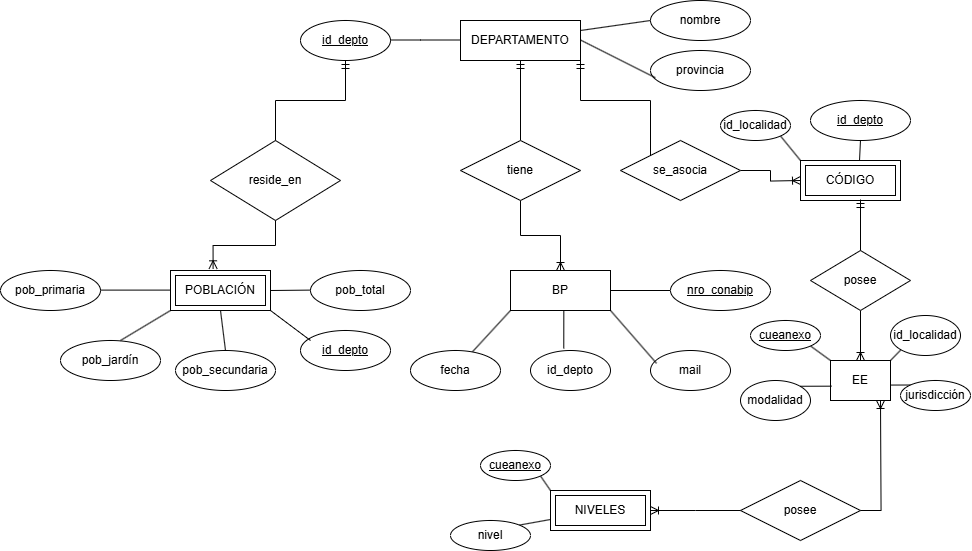
Earlier version of the draw.io export DER-TP.drawio.png (alessialima/TP-LABO-DE-DATOS-). Source tidied: cells renumbered, new cells last; positions are measured from the earlier drawing's top-left corner, leaving out a move shared by most shapes.
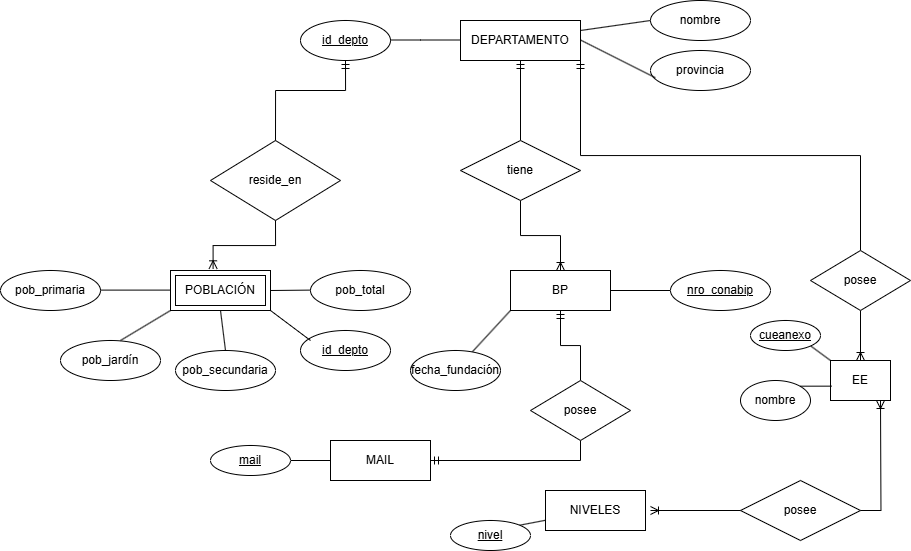
The same diagram one commit later.

Diff of the diagram source:
```diff
@@ -5,7 +5,7 @@
     <mxCell id="2" value="provincia" style="ellipse;whiteSpace=wrap;html=1;align=center;" parent="1" vertex="1">
       <mxGeometry x="650" y="50" width="100" height="40" as="geometry" />
     </mxCell>
-    <mxCell id="3" style="edgeStyle=orthogonalEdgeStyle;rounded=0;jettySize=auto;html=1;exitX=1;exitY=1;exitDx=0;exitDy=0;entryX=0;entryY=0;entryDx=0;entryDy=0;endArrow=none;startFill=0;startArrow=ERmandOne;" parent="1" edge="1" source="4" target="37">
+    <mxCell id="3" style="edgeStyle=orthogonalEdgeStyle;rounded=0;jettySize=auto;html=1;exitX=1;exitY=1;exitDx=0;exitDy=0;entryX=0.5;entryY=0;entryDx=0;entryDy=0;endArrow=none;startFill=0;startArrow=ERmandOne;" parent="1" edge="1" source="4" target="44">
       <mxGeometry relative="1" as="geometry" />
     </mxCell>
     <mxCell id="4" value="DEPARTAMENTO" style="whiteSpace=wrap;html=1;align=center;" parent="1" vertex="1">
@@ -90,7 +90,12 @@
       </mxGeometry>
     </mxCell>
     <mxCell id="22" style="endArrow=ERmandOne;html=1;rounded=0;edgeStyle=orthogonalEdgeStyle;exitX=0.5;exitY=0;exitDx=0;exitDy=0;endFill=0;" parent="1" edge="1" source="10" target="5">
-      <mxGeometry relative="1" as="geometry" />
+      <mxGeometry relative="1" as="geometry">
+        <Array as="points">
+          <mxPoint x="275" y="90" />
+          <mxPoint x="345" y="90" />
+        </Array>
+      </mxGeometry>
     </mxCell>
     <mxCell id="23" style="edgeStyle=orthogonalEdgeStyle;rounded=0;jettySize=auto;html=1;exitX=0.5;exitY=1;exitDx=0;exitDy=0;entryX=0.426;entryY=-0.042;entryDx=0;entryDy=0;entryPerimeter=0;endArrow=ERoneToMany;startFill=0;startArrow=none;endFill=0;strokeWidth=1;endSize=6;" parent="1" edge="1" source="10" target="11">
       <mxGeometry relative="1" as="geometry" />
@@ -116,46 +121,9 @@
     <mxCell id="30" value="nro_conabip" style="ellipse;whiteSpace=wrap;html=1;align=center;fontStyle=4;" parent="1" vertex="1">
       <mxGeometry x="670" y="270" width="100" height="40" as="geometry" />
     </mxCell>
-    <mxCell id="31" value="id_depto" style="ellipse;whiteSpace=wrap;html=1;align=center;" parent="1" vertex="1">
-      <mxGeometry x="530" y="350" width="80" height="40" as="geometry" />
-    </mxCell>
-    <mxCell id="32" value="fecha" style="ellipse;whiteSpace=wrap;html=1;align=center;" parent="1" vertex="1">
+    <mxCell id="32" value="fecha_fundación" style="ellipse;whiteSpace=wrap;html=1;align=center;" parent="1" vertex="1">
       <mxGeometry x="410" y="350" width="90" height="40" as="geometry" />
     </mxCell>
-    <mxCell id="33" value="mail" style="ellipse;whiteSpace=wrap;html=1;align=center;" parent="1" vertex="1">
-      <mxGeometry x="650" y="350" width="80" height="40" as="geometry" />
-    </mxCell>
-    <mxCell id="34" style="rounded=0;jettySize=auto;html=1;exitX=1;exitY=1;exitDx=0;exitDy=0;entryX=0.076;entryY=0.322;entryDx=0;entryDy=0;entryPerimeter=0;endArrow=none;startFill=0;" parent="1" edge="1" source="28" target="33">
-      <mxGeometry relative="1" as="geometry" />
-    </mxCell>
-    <mxCell id="35" style="edgeStyle=orthogonalEdgeStyle;rounded=0;jettySize=auto;html=1;exitX=0.5;exitY=1;exitDx=0;exitDy=0;entryX=0.416;entryY=-0.052;entryDx=0;entryDy=0;entryPerimeter=0;endArrow=none;startFill=0;" parent="1" edge="1" source="28" target="31">
-      <mxGeometry relative="1" as="geometry" />
-    </mxCell>
-    <mxCell id="36" style="edgeStyle=orthogonalEdgeStyle;rounded=0;jettySize=auto;html=1;exitX=1;exitY=0.5;exitDx=0;exitDy=0;entryX=0;entryY=0.5;entryDx=0;entryDy=0;endArrow=ERoneToMany;endFill=0;" parent="1" edge="1" source="37">
-      <mxGeometry relative="1" as="geometry">
-        <mxPoint x="800" y="180" as="targetPoint" />
-      </mxGeometry>
-    </mxCell>
-    <mxCell id="37" value="se_asocia" style="shape=rhombus;perimeter=rhombusPerimeter;whiteSpace=wrap;html=1;align=center;" parent="1" vertex="1">
-      <mxGeometry x="620" y="140" width="120" height="60" as="geometry" />
-    </mxCell>
-    <mxCell id="38" value="CÓDIGO" style="shape=ext;margin=3;double=1;whiteSpace=wrap;html=1;align=center;" parent="1" vertex="1">
-      <mxGeometry x="800" y="160" width="100" height="40" as="geometry" />
-    </mxCell>
-    <mxCell id="39" value="id_depto" style="ellipse;whiteSpace=wrap;html=1;align=center;fontStyle=4;" parent="1" vertex="1">
-      <mxGeometry x="810" y="100" width="100" height="40" as="geometry" />
-    </mxCell>
-    <mxCell id="40" style="edgeStyle=orthogonalEdgeStyle;rounded=0;jettySize=auto;html=1;exitX=0.5;exitY=1;exitDx=0;exitDy=0;endArrow=none;startFill=0;" parent="1" edge="1" source="39">
-      <mxGeometry relative="1" as="geometry">
-        <mxPoint x="859" y="160" as="targetPoint" />
-      </mxGeometry>
-    </mxCell>
-    <mxCell id="41" style="rounded=0;jettySize=auto;html=1;exitX=1;exitY=1;exitDx=0;exitDy=0;entryX=0;entryY=0;entryDx=0;entryDy=0;endArrow=none;startFill=0;" parent="1" edge="1" source="42" target="38">
-      <mxGeometry relative="1" as="geometry" />
-    </mxCell>
-    <mxCell id="42" value="id_localidad" style="ellipse;whiteSpace=wrap;html=1;align=center;" parent="1" vertex="1">
-      <mxGeometry x="720" y="110" width="70" height="30" as="geometry" />
-    </mxCell>
     <mxCell id="43" style="edgeStyle=orthogonalEdgeStyle;rounded=0;jettySize=auto;html=1;exitX=0.5;exitY=1;exitDx=0;exitDy=0;entryX=0.5;entryY=0;entryDx=0;entryDy=0;endArrow=ERoneToMany;endFill=0;" parent="1" edge="1" source="44" target="45">
       <mxGeometry relative="1" as="geometry" />
     </mxCell>
@@ -165,65 +133,60 @@
     <mxCell id="45" value="EE" style="whiteSpace=wrap;html=1;align=center;" parent="1" vertex="1">
       <mxGeometry x="830" y="360" width="60" height="40" as="geometry" />
     </mxCell>
-    <mxCell id="46" style="edgeStyle=orthogonalEdgeStyle;rounded=0;jettySize=auto;html=1;exitX=0.5;exitY=0;exitDx=0;exitDy=0;endArrow=ERmandOne;endFill=0;" parent="1" edge="1" source="44">
-      <mxGeometry relative="1" as="geometry">
-        <mxPoint x="860" y="199" as="targetPoint" />
-        <Array as="points">
-          <mxPoint x="860" y="199" />
-        </Array>
-      </mxGeometry>
-    </mxCell>
     <mxCell id="47" style="rounded=0;jettySize=auto;html=1;exitX=1;exitY=1;exitDx=0;exitDy=0;entryX=0;entryY=0;entryDx=0;entryDy=0;endArrow=none;startFill=0;" parent="1" edge="1" source="48" target="45">
       <mxGeometry relative="1" as="geometry" />
     </mxCell>
     <mxCell id="48" value="cueanexo" style="ellipse;whiteSpace=wrap;html=1;align=center;fontStyle=4;" parent="1" vertex="1">
       <mxGeometry x="750" y="320" width="70" height="30" as="geometry" />
     </mxCell>
-    <mxCell id="49" value="modalidad" style="ellipse;whiteSpace=wrap;html=1;align=center;" parent="1" vertex="1">
+    <mxCell id="49" value="nombre" style="ellipse;whiteSpace=wrap;html=1;align=center;" parent="1" vertex="1">
       <mxGeometry x="740" y="380" width="70" height="40" as="geometry" />
     </mxCell>
-    <mxCell id="50" style="edgeStyle=orthogonalEdgeStyle;rounded=0;jettySize=auto;html=1;exitX=0;exitY=0;exitDx=0;exitDy=0;entryX=1;entryY=0.5;entryDx=0;entryDy=0;endArrow=none;startFill=0;" parent="1" edge="1" source="51" target="45">
-      <mxGeometry relative="1" as="geometry" />
-    </mxCell>
-    <mxCell id="51" value="jurisdicción" style="ellipse;whiteSpace=wrap;html=1;align=center;" parent="1" vertex="1">
-      <mxGeometry x="900" y="380" width="70" height="30" as="geometry" />
-    </mxCell>
-    <mxCell id="52" style="rounded=0;jettySize=auto;html=1;exitX=0;exitY=1;exitDx=0;exitDy=0;entryX=1;entryY=0;entryDx=0;entryDy=0;endArrow=none;startFill=0;" parent="1" edge="1" source="53" target="45">
-      <mxGeometry relative="1" as="geometry" />
-    </mxCell>
-    <mxCell id="53" value="id_localidad" style="ellipse;whiteSpace=wrap;html=1;align=center;" parent="1" vertex="1">
-      <mxGeometry x="890" y="315" width="70" height="40" as="geometry" />
-    </mxCell>
     <mxCell id="54" style="edgeStyle=orthogonalEdgeStyle;rounded=0;jettySize=auto;html=1;exitX=1;exitY=0;exitDx=0;exitDy=0;entryX=0.017;entryY=0.632;entryDx=0;entryDy=0;entryPerimeter=0;endArrow=none;startFill=0;" parent="1" edge="1" source="49" target="45">
       <mxGeometry relative="1" as="geometry" />
     </mxCell>
     <mxCell id="55" value="posee" style="shape=rhombus;perimeter=rhombusPerimeter;whiteSpace=wrap;html=1;align=center;" parent="1" vertex="1">
       <mxGeometry x="740" y="480" width="120" height="60" as="geometry" />
     </mxCell>
-    <mxCell id="56" style="edgeStyle=orthogonalEdgeStyle;rounded=0;jettySize=auto;html=1;exitX=1;exitY=0.5;exitDx=0;exitDy=0;endArrow=none;startFill=0;startArrow=ERoneToMany;" parent="1" edge="1" source="57">
+    <mxCell id="56" style="edgeStyle=orthogonalEdgeStyle;rounded=0;orthogonalLoop=1;jettySize=auto;html=1;exitX=1;exitY=0.5;exitDx=0;exitDy=0;endArrow=none;startFill=0;startArrow=ERoneToMany;" parent="1" edge="1">
       <mxGeometry relative="1" as="geometry">
+        <mxPoint x="650" y="510" as="sourcePoint" />
         <mxPoint x="740" y="510" as="targetPoint" />
       </mxGeometry>
     </mxCell>
-    <mxCell id="57" value="NIVELES" style="shape=ext;margin=3;double=1;whiteSpace=wrap;html=1;align=center;" parent="1" vertex="1">
-      <mxGeometry x="550" y="490" width="100" height="40" as="geometry" />
-    </mxCell>
     <mxCell id="58" style="edgeStyle=orthogonalEdgeStyle;rounded=0;jettySize=auto;html=1;exitX=1;exitY=0.5;exitDx=0;exitDy=0;endArrow=ERoneToMany;endFill=0;" parent="1" edge="1" source="55">
       <mxGeometry relative="1" as="geometry">
         <mxPoint x="880" y="400" as="targetPoint" />
       </mxGeometry>
     </mxCell>
-    <mxCell id="59" style="rounded=0;jettySize=auto;html=1;exitX=1;exitY=1;exitDx=0;exitDy=0;entryX=0;entryY=0;entryDx=0;entryDy=0;endArrow=none;startFill=0;" parent="1" edge="1" source="60" target="57">
-      <mxGeometry relative="1" as="geometry" />
-    </mxCell>
-    <mxCell id="60" value="cueanexo" style="ellipse;whiteSpace=wrap;html=1;align=center;fontStyle=4;" parent="1" vertex="1">
-      <mxGeometry x="480" y="450" width="70" height="30" as="geometry" />
-    </mxCell>
-    <mxCell id="61" style="rounded=0;jettySize=auto;html=1;exitX=1;exitY=0;exitDx=0;exitDy=0;endArrow=none;startFill=0;" parent="1" edge="1" source="62" target="57">
-      <mxGeometry relative="1" as="geometry" />
+    <mxCell id="61" style="rounded=0;jettySize=auto;html=1;exitX=1;exitY=0;exitDx=0;exitDy=0;endArrow=none;startFill=0;" parent="1" edge="1" source="62">
+      <mxGeometry relative="1" as="geometry">
+        <mxPoint x="550" y="518.8" as="targetPoint" />
+      </mxGeometry>
     </mxCell>
-    <mxCell id="62" value="nivel" style="ellipse;whiteSpace=wrap;html=1;align=center;" parent="1" vertex="1">
+    <mxCell id="62" value="&lt;u&gt;nivel&lt;/u&gt;" style="ellipse;whiteSpace=wrap;html=1;align=center;" parent="1" vertex="1">
       <mxGeometry x="450" y="520" width="80" height="30" as="geometry" />
     </mxCell>
+    <mxCell id="57" value="NIVELES" style="whiteSpace=wrap;html=1;align=center;" parent="1" vertex="1">
+      <mxGeometry x="545" y="490" width="100" height="40" as="geometry" />
+    </mxCell>
+    <mxCell id="63" style="edgeStyle=orthogonalEdgeStyle;rounded=0;jettySize=auto;html=1;exitX=0.5;exitY=0;exitDx=0;exitDy=0;endArrow=ERmandOne;endFill=0;" parent="1" edge="1" source="65" target="28">
+      <mxGeometry relative="1" as="geometry" />
+    </mxCell>
+    <mxCell id="64" style="edgeStyle=orthogonalEdgeStyle;rounded=0;jettySize=auto;html=1;exitX=0.5;exitY=1;exitDx=0;exitDy=0;endArrow=ERmandOne;endFill=0;" parent="1" edge="1" source="65" target="66">
+      <mxGeometry relative="1" as="geometry" />
+    </mxCell>
+    <mxCell id="65" value="posee" style="shape=rhombus;perimeter=rhombusPerimeter;whiteSpace=wrap;html=1;align=center;" parent="1" vertex="1">
+      <mxGeometry x="530" y="380" width="100" height="60" as="geometry" />
+    </mxCell>
+    <mxCell id="66" value="MAIL" style="whiteSpace=wrap;html=1;align=center;" parent="1" vertex="1">
+      <mxGeometry x="330" y="440" width="100" height="40" as="geometry" />
+    </mxCell>
+    <mxCell id="67" style="edgeStyle=orthogonalEdgeStyle;rounded=0;jettySize=auto;html=1;exitX=1;exitY=0.5;exitDx=0;exitDy=0;entryX=0;entryY=0.5;entryDx=0;entryDy=0;endArrow=none;startFill=0;" parent="1" edge="1" source="33" target="66">
+      <mxGeometry relative="1" as="geometry" />
+    </mxCell>
+    <mxCell id="33" value="&lt;u&gt;mail&lt;/u&gt;" style="ellipse;whiteSpace=wrap;html=1;align=center;" parent="1" vertex="1">
+      <mxGeometry x="210" y="445" width="80" height="30" as="geometry" />
+    </mxCell>
   </root>
 </mxGraphModel>
```
